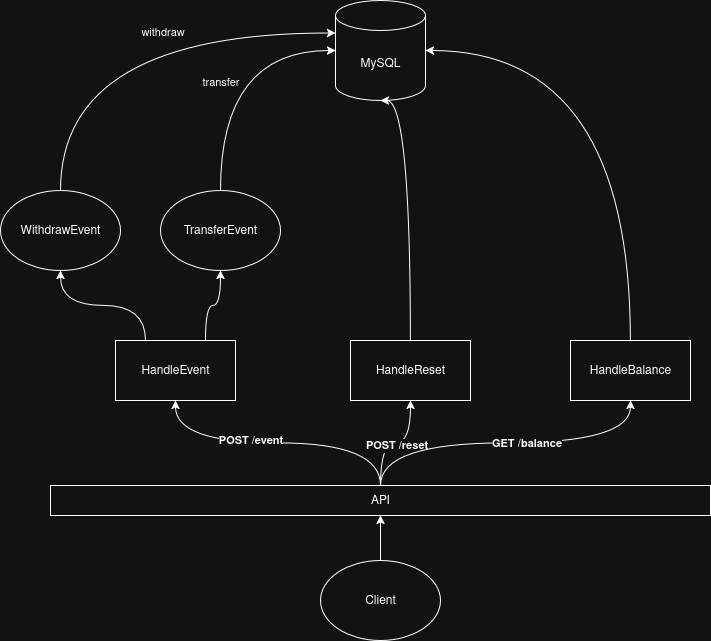
Above: chart.drawio.png in edsaibert/ebanx-api (draw.io), before the change. Source tidied: cells renumbered, new cells last; positions are measured from the earlier drawing's top-left corner, leaving out a move shared by most shapes.
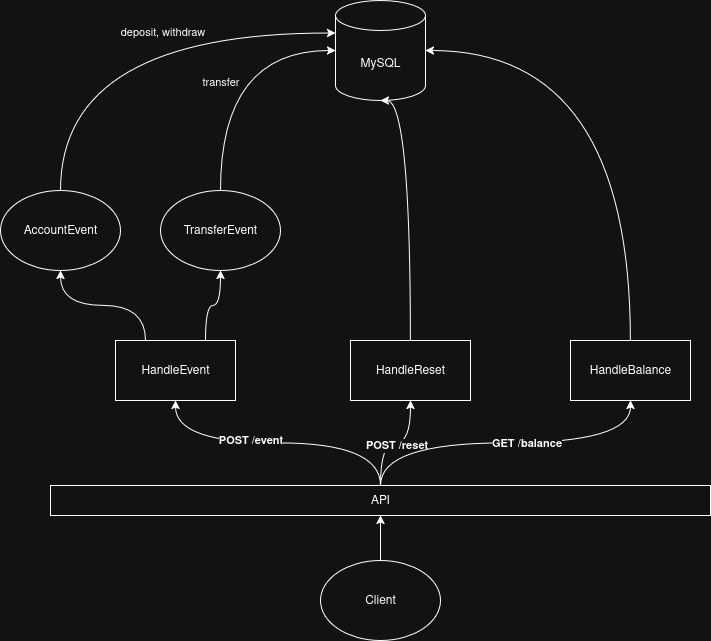
After the commit.

Commit message:
[docs] renaming an event at the image

Change to the diagram source:
```diff
@@ -51,7 +51,7 @@
         </Array>
       </mxGeometry>
     </mxCell>
-    <mxCell id="17" value="&lt;div&gt;WithdrawEvent&lt;/div&gt;" style="ellipse;whiteSpace=wrap;html=1;" parent="1" vertex="1">
+    <mxCell id="17" value="&lt;div&gt;AccountEvent&lt;/div&gt;" style="ellipse;whiteSpace=wrap;html=1;" parent="1" vertex="1">
       <mxGeometry y="190" width="120" height="80" as="geometry" />
     </mxCell>
     <mxCell id="18" value="&lt;div&gt;TransferEvent&lt;/div&gt;" style="ellipse;whiteSpace=wrap;html=1;" parent="1" vertex="1">
@@ -60,7 +60,7 @@
     <mxCell id="19" style="edgeStyle=orthogonalEdgeStyle;rounded=0;jettySize=auto;html=1;exitX=0.5;exitY=0;exitDx=0;exitDy=0;entryX=0;entryY=0;entryDx=0;entryDy=32.5;entryPerimeter=0;curved=1;" parent="1" edge="1" source="17" target="2">
       <mxGeometry relative="1" as="geometry" />
     </mxCell>
-    <mxCell id="20" value="withdraw" style="edgeLabel;html=1;align=center;verticalAlign=middle;" parent="19" vertex="1">
+    <mxCell id="20" value="deposit, withdraw" style="edgeLabel;html=1;align=center;verticalAlign=middle;" parent="19" vertex="1">
       <mxGeometry x="0.2" y="2" relative="1" as="geometry">
         <mxPoint y="1" as="offset" />
       </mxGeometry>
```
